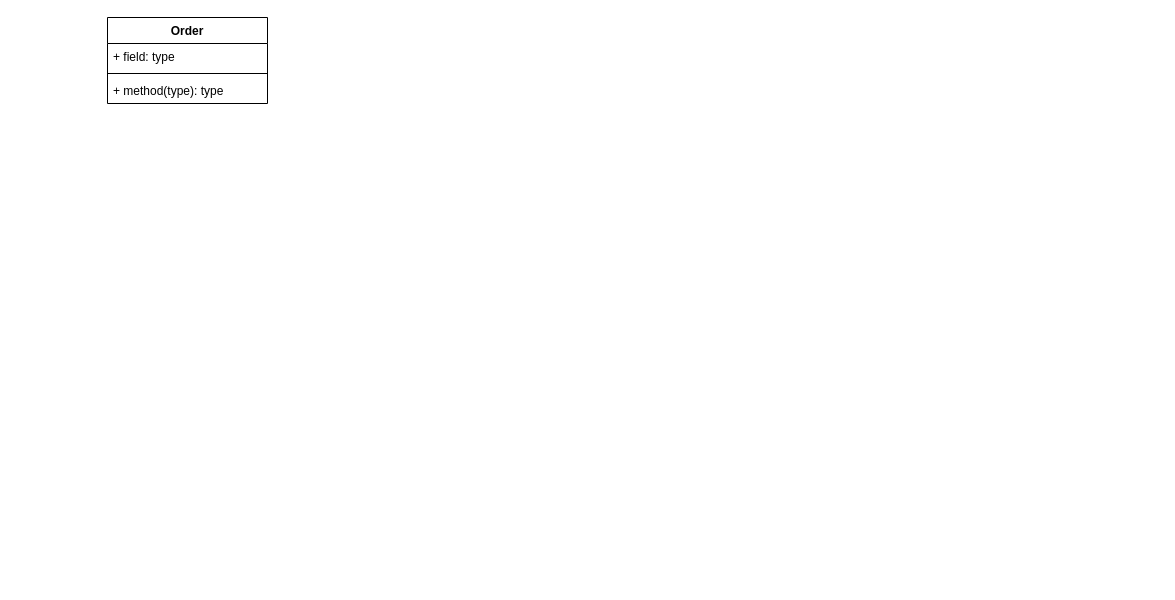
TeaDrinkingProgrammer/CinemaAssignment keeps this draw.io diagram as UML.drawio. Above is the earlier version. Source tidied: cells renumbered, new cells numbered last; positions are measured from the earlier drawing's top-left corner, leaving out a move shared by most shapes. Both pictures are drawn from the tidied source at 100%, with x=0, y=0 at pixel (107, 17).
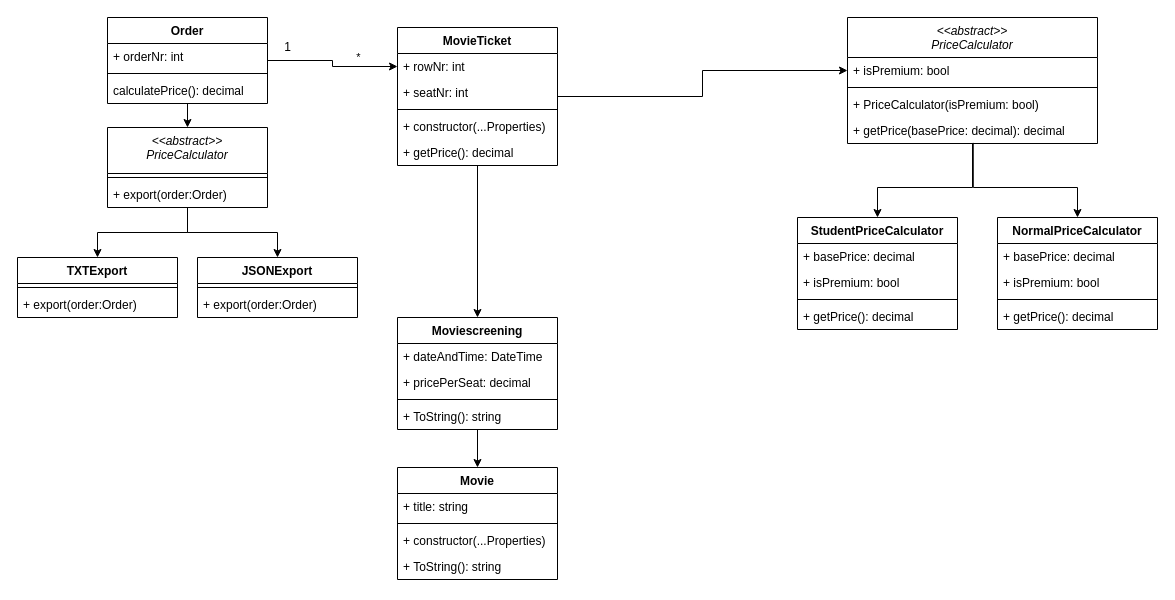
Above is the later version.

The change refers to these unchanged cells:
```xml
<mxCell id="2" value="Order" style="swimlane;fontStyle=1;align=center;verticalAlign=top;horizontal=1;startSize=26;" parent="1" vertex="1">
  <mxGeometry width="160" height="86" as="geometry" />
</mxCell>
```

Diff of the diagram source:
```diff
@@
+    <mxCell id="6" value="*" style="edgeStyle=orthogonalEdgeStyle;rounded=0;jettySize=auto;html=1;entryX=0;entryY=0.5;entryDx=0;entryDy=0;" parent="1" edge="1" source="2" target="11">
+      <mxGeometry x="0.43" y="9" relative="1" as="geometry" />
+    </mxCell>
+    <mxCell id="7" style="edgeStyle=orthogonalEdgeStyle;rounded=0;jettySize=auto;html=1;entryX=0.5;entryY=0;entryDx=0;entryDy=0;" parent="1" edge="1" source="2" target="47">
+      <mxGeometry relative="1" as="geometry" />
+    </mxCell>
@@
-    <mxCell id="3" value="+ field: type" style="text;strokeColor=none;fillColor=none;align=left;verticalAlign=top;spacingLeft=4;spacingRight=4;overflow=hidden;" parent="2" vertex="1">
+    <mxCell id="3" value="+ orderNr: int" style="text;strokeColor=none;fillColor=none;align=left;verticalAlign=top;spacingLeft=4;spacingRight=4;overflow=hidden;" parent="2" vertex="1">
       <mxGeometry y="26" width="160" height="26" as="geometry" />
     </mxCell>
@@
-    <mxCell id="5" value="+ method(type): type" style="text;strokeColor=none;fillColor=none;align=left;verticalAlign=top;spacingLeft=4;spacingRight=4;overflow=hidden;" parent="2" vertex="1">
+    <mxCell id="5" value="calculatePrice(): decimal" style="text;strokeColor=none;fillColor=none;align=left;verticalAlign=top;spacingLeft=4;spacingRight=4;overflow=hidden;" parent="2" vertex="1">
       <mxGeometry y="60" width="160" height="26" as="geometry" />
     </mxCell>
+    <mxCell id="8" style="edgeStyle=orthogonalEdgeStyle;rounded=0;jettySize=auto;html=1;entryX=0;entryY=0.5;entryDx=0;entryDy=0;" parent="1" edge="1" source="10" target="41">
+      <mxGeometry relative="1" as="geometry" />
+    </mxCell>
+    <mxCell id="9" style="edgeStyle=orthogonalEdgeStyle;rounded=0;jettySize=auto;html=1;" parent="1" edge="1" source="10" target="17">
+      <mxGeometry relative="1" as="geometry" />
+    </mxCell>
+    <mxCell id="10" value="MovieTicket" style="swimlane;fontStyle=1;align=center;verticalAlign=top;horizontal=1;startSize=26;" parent="1" vertex="1">
+      <mxGeometry x="290" y="10" width="160" height="138" as="geometry" />
+    </mxCell>
+    <mxCell id="11" value="+ rowNr: int" style="text;strokeColor=none;fillColor=none;align=left;verticalAlign=top;spacingLeft=4;spacingRight=4;overflow=hidden;points=[[0,0.5],[1,0.5]];portConstraint=eastwest;" parent="10" vertex="1">
+      <mxGeometry y="26" width="160" height="26" as="geometry" />
+    </mxCell>
+    <mxCell id="12" value="+ seatNr: int" style="text;strokeColor=none;fillColor=none;align=left;verticalAlign=top;spacingLeft=4;spacingRight=4;overflow=hidden;" parent="10" vertex="1">
+      <mxGeometry y="52" width="160" height="26" as="geometry" />
+    </mxCell>
+    <mxCell id="13" style="line;strokeWidth=1;fillColor=none;align=left;verticalAlign=middle;spacingTop=-1;spacingLeft=3;spacingRight=3;labelPosition=right;" parent="10" vertex="1">
+      <mxGeometry y="78" width="160" height="8" as="geometry" />
+    </mxCell>
+    <mxCell id="14" value="+ constructor(...Properties)" style="text;strokeColor=none;fillColor=none;align=left;verticalAlign=top;spacingLeft=4;spacingRight=4;overflow=hidden;" parent="10" vertex="1">
+      <mxGeometry y="86" width="160" height="26" as="geometry" />
+    </mxCell>
+    <mxCell id="15" value="+ getPrice(): decimal" style="text;strokeColor=none;fillColor=none;align=left;verticalAlign=top;spacingLeft=4;spacingRight=4;overflow=hidden;" parent="10" vertex="1">
+      <mxGeometry y="112" width="160" height="26" as="geometry" />
+    </mxCell>
+    <mxCell id="16" style="edgeStyle=orthogonalEdgeStyle;rounded=0;jettySize=auto;html=1;" parent="1" edge="1" source="17" target="22">
+      <mxGeometry relative="1" as="geometry" />
+    </mxCell>
+    <mxCell id="17" value="Moviescreening" style="swimlane;fontStyle=1;align=center;verticalAlign=top;horizontal=1;startSize=26;" parent="1" vertex="1">
+      <mxGeometry x="290" y="300" width="160" height="112" as="geometry" />
+    </mxCell>
+    <mxCell id="18" value="+ dateAndTime: DateTime" style="text;strokeColor=none;fillColor=none;align=left;verticalAlign=top;spacingLeft=4;spacingRight=4;overflow=hidden;" parent="17" vertex="1">
+      <mxGeometry y="26" width="160" height="26" as="geometry" />
+    </mxCell>
+    <mxCell id="19" value="+ pricePerSeat: decimal" style="text;strokeColor=none;fillColor=none;align=left;verticalAlign=top;spacingLeft=4;spacingRight=4;overflow=hidden;" parent="17" vertex="1">
+      <mxGeometry y="52" width="160" height="26" as="geometry" />
+    </mxCell>
+    <mxCell id="20" style="line;strokeWidth=1;fillColor=none;align=left;verticalAlign=middle;spacingTop=-1;spacingLeft=3;spacingRight=3;labelPosition=right;" parent="17" vertex="1">
+      <mxGeometry y="78" width="160" height="8" as="geometry" />
+    </mxCell>
+    <mxCell id="21" value="+ ToString(): string" style="text;strokeColor=none;fillColor=none;align=left;verticalAlign=top;spacingLeft=4;spacingRight=4;overflow=hidden;" parent="17" vertex="1">
+      <mxGeometry y="86" width="160" height="26" as="geometry" />
+    </mxCell>
+    <mxCell id="22" value="Movie" style="swimlane;fontStyle=1;align=center;verticalAlign=top;horizontal=1;startSize=26;" parent="1" vertex="1">
+      <mxGeometry x="290" y="450" width="160" height="112" as="geometry" />
+    </mxCell>
+    <mxCell id="23" value="+ title: string" style="text;strokeColor=none;fillColor=none;align=left;verticalAlign=top;spacingLeft=4;spacingRight=4;overflow=hidden;" parent="22" vertex="1">
+      <mxGeometry y="26" width="160" height="26" as="geometry" />
+    </mxCell>
+    <mxCell id="24" style="line;strokeWidth=1;fillColor=none;align=left;verticalAlign=middle;spacingTop=-1;spacingLeft=3;spacingRight=3;labelPosition=right;" parent="22" vertex="1">
+      <mxGeometry y="52" width="160" height="8" as="geometry" />
+    </mxCell>
+    <mxCell id="25" value="+ constructor(...Properties)" style="text;strokeColor=none;fillColor=none;align=left;verticalAlign=top;spacingLeft=4;spacingRight=4;overflow=hidden;" parent="22" vertex="1">
+      <mxGeometry y="60" width="160" height="26" as="geometry" />
+    </mxCell>
+    <mxCell id="26" value="+ ToString(): string" style="text;strokeColor=none;fillColor=none;align=left;verticalAlign=top;spacingLeft=4;spacingRight=4;overflow=hidden;" parent="22" vertex="1">
+      <mxGeometry y="86" width="160" height="26" as="geometry" />
+    </mxCell>
+    <mxCell id="27" value="1" style="text;html=1;align=center;verticalAlign=middle;strokeColor=none;fillColor=none;" parent="1" vertex="1">
+      <mxGeometry x="170" y="20" width="20" height="20" as="geometry" />
+    </mxCell>
+    <mxCell id="28" style="edgeStyle=orthogonalEdgeStyle;rounded=0;jettySize=auto;html=1;entryX=0.5;entryY=0;entryDx=0;entryDy=0;exitX=0.5;exitY=1;exitDx=0;exitDy=0;" parent="1" edge="1" source="40" target="30">
+      <mxGeometry relative="1" as="geometry">
+        <Array as="points">
+          <mxPoint x="865" y="170" />
+          <mxPoint x="770" y="170" />
+        </Array>
+      </mxGeometry>
+    </mxCell>
+    <mxCell id="29" style="edgeStyle=orthogonalEdgeStyle;rounded=0;jettySize=auto;html=1;exitX=0.503;exitY=0.976;exitDx=0;exitDy=0;exitPerimeter=0;entryX=0.5;entryY=0;entryDx=0;entryDy=0;" parent="1" edge="1" source="44" target="35">
+      <mxGeometry relative="1" as="geometry">
+        <Array as="points">
+          <mxPoint x="866" y="170" />
+          <mxPoint x="970" y="170" />
+        </Array>
+      </mxGeometry>
+    </mxCell>
+    <mxCell id="30" value="StudentPriceCalculator" style="swimlane;fontStyle=1;align=center;verticalAlign=top;horizontal=1;startSize=26;" parent="1" vertex="1">
+      <mxGeometry x="690" y="200" width="160" height="112" as="geometry" />
+    </mxCell>
+    <mxCell id="31" value="+ basePrice: decimal" style="text;strokeColor=none;fillColor=none;align=left;verticalAlign=top;spacingLeft=4;spacingRight=4;overflow=hidden;" parent="30" vertex="1">
+      <mxGeometry y="26" width="160" height="26" as="geometry" />
+    </mxCell>
+    <mxCell id="32" value="+ isPremium: bool" style="text;strokeColor=none;fillColor=none;align=left;verticalAlign=top;spacingLeft=4;spacingRight=4;overflow=hidden;" parent="30" vertex="1">
+      <mxGeometry y="52" width="160" height="26" as="geometry" />
+    </mxCell>
+    <mxCell id="33" style="line;strokeWidth=1;fillColor=none;align=left;verticalAlign=middle;spacingTop=-1;spacingLeft=3;spacingRight=3;labelPosition=right;" parent="30" vertex="1">
+      <mxGeometry y="78" width="160" height="8" as="geometry" />
+    </mxCell>
+    <mxCell id="34" value="+ getPrice(): decimal" style="text;strokeColor=none;fillColor=none;align=left;verticalAlign=top;spacingLeft=4;spacingRight=4;overflow=hidden;" parent="30" vertex="1">
+      <mxGeometry y="86" width="160" height="26" as="geometry" />
+    </mxCell>
+    <mxCell id="35" value="NormalPriceCalculator" style="swimlane;fontStyle=1;align=center;verticalAlign=top;horizontal=1;startSize=26;" parent="1" vertex="1">
+      <mxGeometry x="890" y="200" width="160" height="112" as="geometry" />
+    </mxCell>
+    <mxCell id="36" value="+ basePrice: decimal" style="text;strokeColor=none;fillColor=none;align=left;verticalAlign=top;spacingLeft=4;spacingRight=4;overflow=hidden;" parent="35" vertex="1">
+      <mxGeometry y="26" width="160" height="26" as="geometry" />
+    </mxCell>
+    <mxCell id="37" value="+ isPremium: bool" style="text;strokeColor=none;fillColor=none;align=left;verticalAlign=top;spacingLeft=4;spacingRight=4;overflow=hidden;" parent="35" vertex="1">
+      <mxGeometry y="52" width="160" height="26" as="geometry" />
+    </mxCell>
+    <mxCell id="38" style="line;strokeWidth=1;fillColor=none;align=left;verticalAlign=middle;spacingTop=-1;spacingLeft=3;spacingRight=3;labelPosition=right;" parent="35" vertex="1">
+      <mxGeometry y="78" width="160" height="8" as="geometry" />
+    </mxCell>
+    <mxCell id="39" value="+ getPrice(): decimal" style="text;strokeColor=none;fillColor=none;align=left;verticalAlign=top;spacingLeft=4;spacingRight=4;overflow=hidden;" parent="35" vertex="1">
+      <mxGeometry y="86" width="160" height="26" as="geometry" />
+    </mxCell>
+    <mxCell id="40" value="&lt;&lt;abstract&gt;&gt;&#10;PriceCalculator" style="swimlane;fontStyle=2;align=center;verticalAlign=top;horizontal=1;startSize=40;" parent="1" vertex="1">
+      <mxGeometry x="740" width="250" height="126" as="geometry" />
+    </mxCell>
+    <mxCell id="41" value="+ isPremium: bool" style="text;strokeColor=none;fillColor=none;align=left;verticalAlign=top;spacingLeft=4;spacingRight=4;overflow=hidden;points=[[0,0.5],[1,0.5]];portConstraint=eastwest;" parent="40" vertex="1">
+      <mxGeometry y="40" width="250" height="26" as="geometry" />
+    </mxCell>
+    <mxCell id="42" style="line;strokeWidth=1;fillColor=none;align=left;verticalAlign=middle;spacingTop=-1;spacingLeft=3;spacingRight=3;labelPosition=right;" parent="40" vertex="1">
+      <mxGeometry y="66" width="250" height="8" as="geometry" />
+    </mxCell>
+    <mxCell id="43" value="+ PriceCalculator(isPremium: bool)" style="text;strokeColor=none;fillColor=none;align=left;verticalAlign=top;spacingLeft=4;spacingRight=4;overflow=hidden;" parent="40" vertex="1">
+      <mxGeometry y="74" width="250" height="26" as="geometry" />
+    </mxCell>
+    <mxCell id="44" value="+ getPrice(basePrice: decimal): decimal" style="text;strokeColor=none;fillColor=none;align=left;verticalAlign=top;spacingLeft=4;spacingRight=4;overflow=hidden;points=[[0,0.5],[1,0.5]];portConstraint=eastwest;" parent="40" vertex="1">
+      <mxGeometry y="100" width="250" height="26" as="geometry" />
+    </mxCell>
+    <mxCell id="45" style="edgeStyle=orthogonalEdgeStyle;rounded=0;jettySize=auto;html=1;" parent="1" edge="1" source="47" target="53">
+      <mxGeometry relative="1" as="geometry" />
+    </mxCell>
+    <mxCell id="46" style="edgeStyle=orthogonalEdgeStyle;rounded=0;jettySize=auto;html=1;entryX=0.5;entryY=0;entryDx=0;entryDy=0;" parent="1" edge="1" source="47" target="50">
+      <mxGeometry relative="1" as="geometry" />
+    </mxCell>
+    <mxCell id="47" value="&lt;&lt;abstract&gt;&gt;&#10;PriceCalculator" style="swimlane;fontStyle=2;align=center;verticalAlign=top;horizontal=1;startSize=46;" parent="1" vertex="1">
+      <mxGeometry y="110" width="160" height="80" as="geometry" />
+    </mxCell>
+    <mxCell id="48" style="line;strokeWidth=1;fillColor=none;align=left;verticalAlign=middle;spacingTop=-1;spacingLeft=3;spacingRight=3;labelPosition=right;" parent="47" vertex="1">
+      <mxGeometry y="46" width="160" height="8" as="geometry" />
+    </mxCell>
+    <mxCell id="49" value="+ export(order:Order)" style="text;strokeColor=none;fillColor=none;align=left;verticalAlign=top;spacingLeft=4;spacingRight=4;overflow=hidden;" parent="47" vertex="1">
+      <mxGeometry y="54" width="160" height="26" as="geometry" />
+    </mxCell>
+    <mxCell id="50" value="TXTExport" style="swimlane;fontStyle=1;align=center;verticalAlign=top;horizontal=1;startSize=26;" parent="1" vertex="1">
+      <mxGeometry x="-90" y="240" width="160" height="60" as="geometry" />
+    </mxCell>
+    <mxCell id="51" style="line;strokeWidth=1;fillColor=none;align=left;verticalAlign=middle;spacingTop=-1;spacingLeft=3;spacingRight=3;labelPosition=right;" parent="50" vertex="1">
+      <mxGeometry y="26" width="160" height="8" as="geometry" />
+    </mxCell>
+    <mxCell id="52" value="+ export(order:Order)" style="text;strokeColor=none;fillColor=none;align=left;verticalAlign=top;spacingLeft=4;spacingRight=4;overflow=hidden;" parent="50" vertex="1">
+      <mxGeometry y="34" width="160" height="26" as="geometry" />
+    </mxCell>
+    <mxCell id="53" value="JSONExport" style="swimlane;fontStyle=1;align=center;verticalAlign=top;horizontal=1;startSize=26;" parent="1" vertex="1">
+      <mxGeometry x="90" y="240" width="160" height="60" as="geometry" />
+    </mxCell>
+    <mxCell id="54" style="line;strokeWidth=1;fillColor=none;align=left;verticalAlign=middle;spacingTop=-1;spacingLeft=3;spacingRight=3;labelPosition=right;" parent="53" vertex="1">
+      <mxGeometry y="26" width="160" height="8" as="geometry" />
+    </mxCell>
+    <mxCell id="55" value="+ export(order:Order)" style="text;strokeColor=none;fillColor=none;align=left;verticalAlign=top;spacingLeft=4;spacingRight=4;overflow=hidden;" parent="53" vertex="1">
+      <mxGeometry y="34" width="160" height="26" as="geometry" />
+    </mxCell>
```
